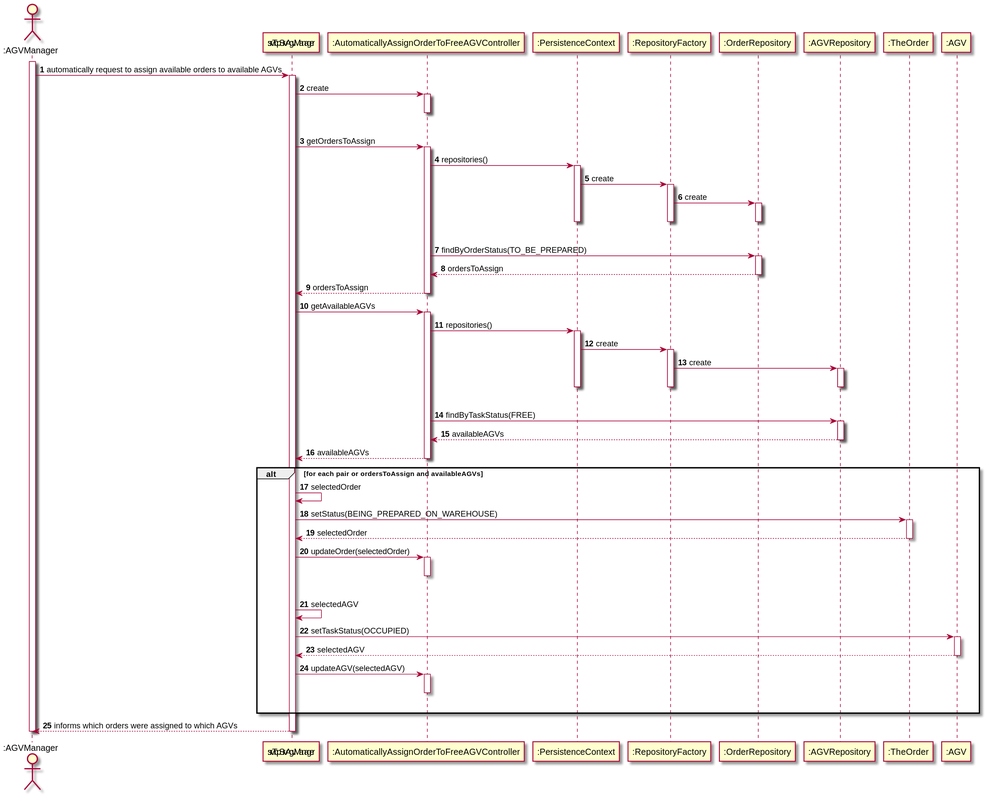
This is docs/1201592/US4002/US_4002_SD.svg from ana-albergaria/LAPR4-ISEP, a PlantUML export, as it was before one commit.
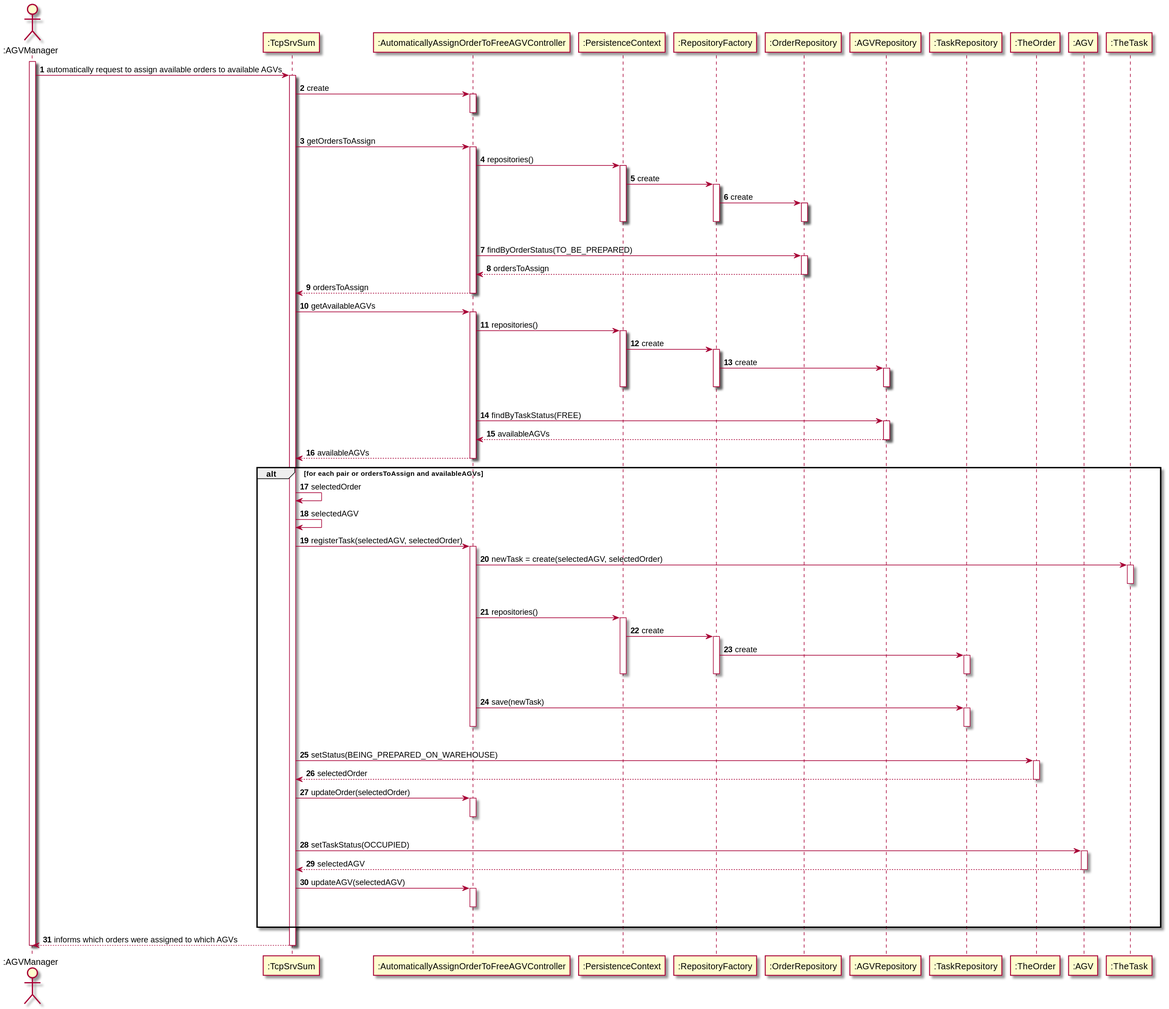
After the commit.

Commit message:
Issue #11 - Changed diagrams due to changes in the code.

What changed in the source:
```diff
@@ -3,14 +3,16 @@
 autonumber
 
 Actor ":AGVManager" as AGVM
-participant ":srv.TcpSrvAgvManager" as UI
+participant ":TcpSrvSum" as UI
 participant ":AutomaticallyAssignOrderToFreeAGVController" as CTRL
 participant ":PersistenceContext" as Persistance
 participant ":RepositoryFactory" as Factory
 participant ":OrderRepository" as OrderRep
 participant ":AGVRepository" as AGVRep
+participant ":TaskRepository" as TaskRep
 participant ":TheOrder" as ORDER
 participant ":AGV" as AGV
+participant ":TheTask" as Task
 
 activate AGVM
 AGVM -> UI : automatically request to assign available orders to available AGVs
@@ -58,6 +60,30 @@
 
 alt for each pair or ordersToAssign and availableAGVs
 UI -> UI : selectedOrder
+UI -> UI : selectedAGV
+
+UI -> CTRL : registerTask(selectedAGV, selectedOrder)
+activate CTRL
+CTRL -> Task : newTask = create(selectedAGV, selectedOrder)
+activate Task
+|||
+deactivate Task
+CTRL -> Persistance : repositories()
+activate Persistance
+Persistance -> Factory : create
+activate Factory
+Factory -> TaskRep : create
+activate TaskRep
+|||
+deactivate TaskRep
+deactivate Factory
+deactivate Persistance
+CTRL -> TaskRep : save(newTask)
+activate TaskRep
+|||
+deactivate TaskRep
+deactivate CTRL
+
 UI -> ORDER : setStatus(BEING_PREPARED_ON_WAREHOUSE)
 activate ORDER
 ORDER --> UI : selectedOrder
@@ -66,7 +92,6 @@
 activate CTRL
 |||
 deactivate CTRL
-UI -> UI : selectedAGV
 UI -> AGV : setTaskStatus(OCCUPIED)
 activate AGV
 AGV --> UI : selectedAGV
```
